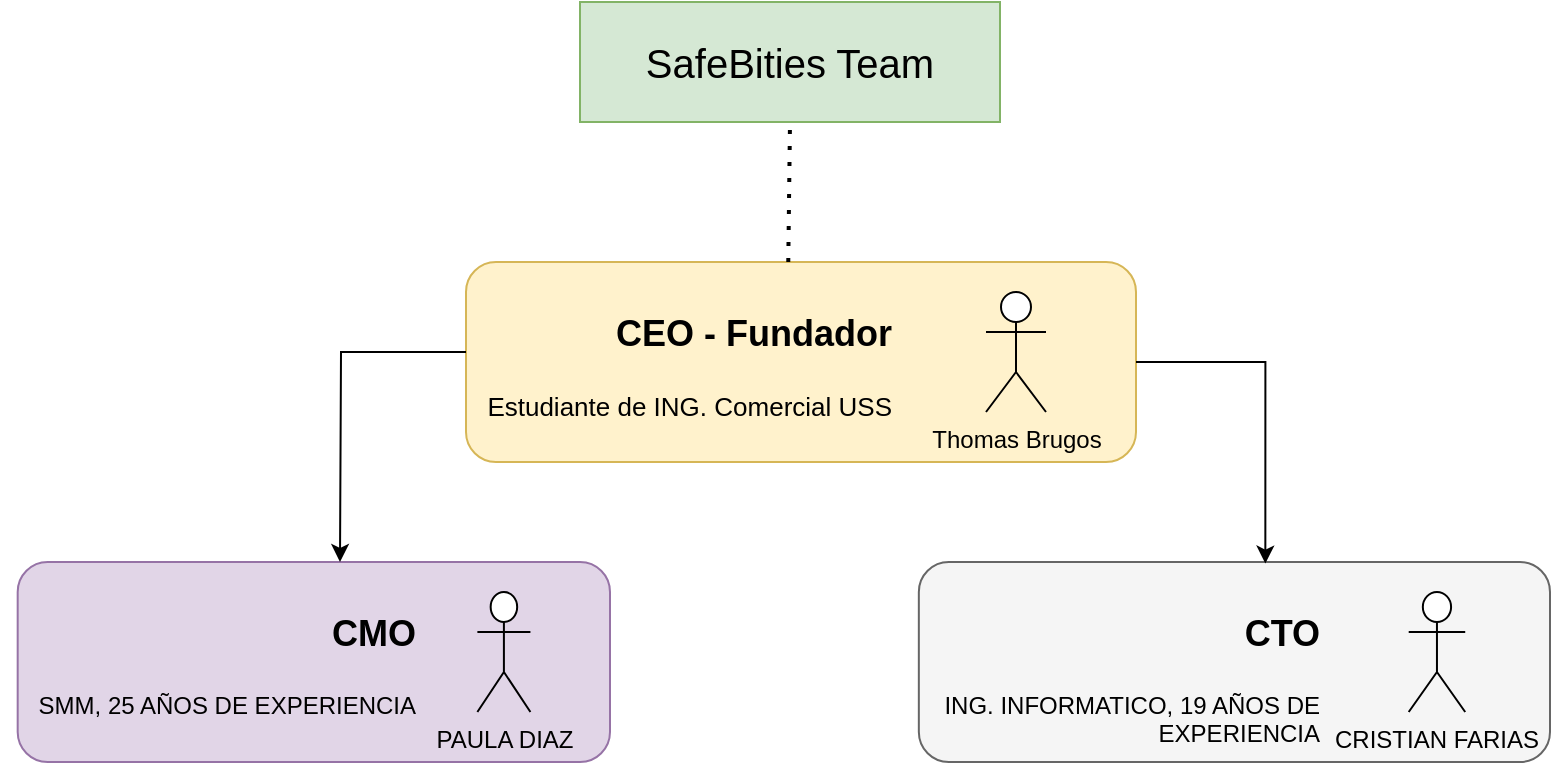
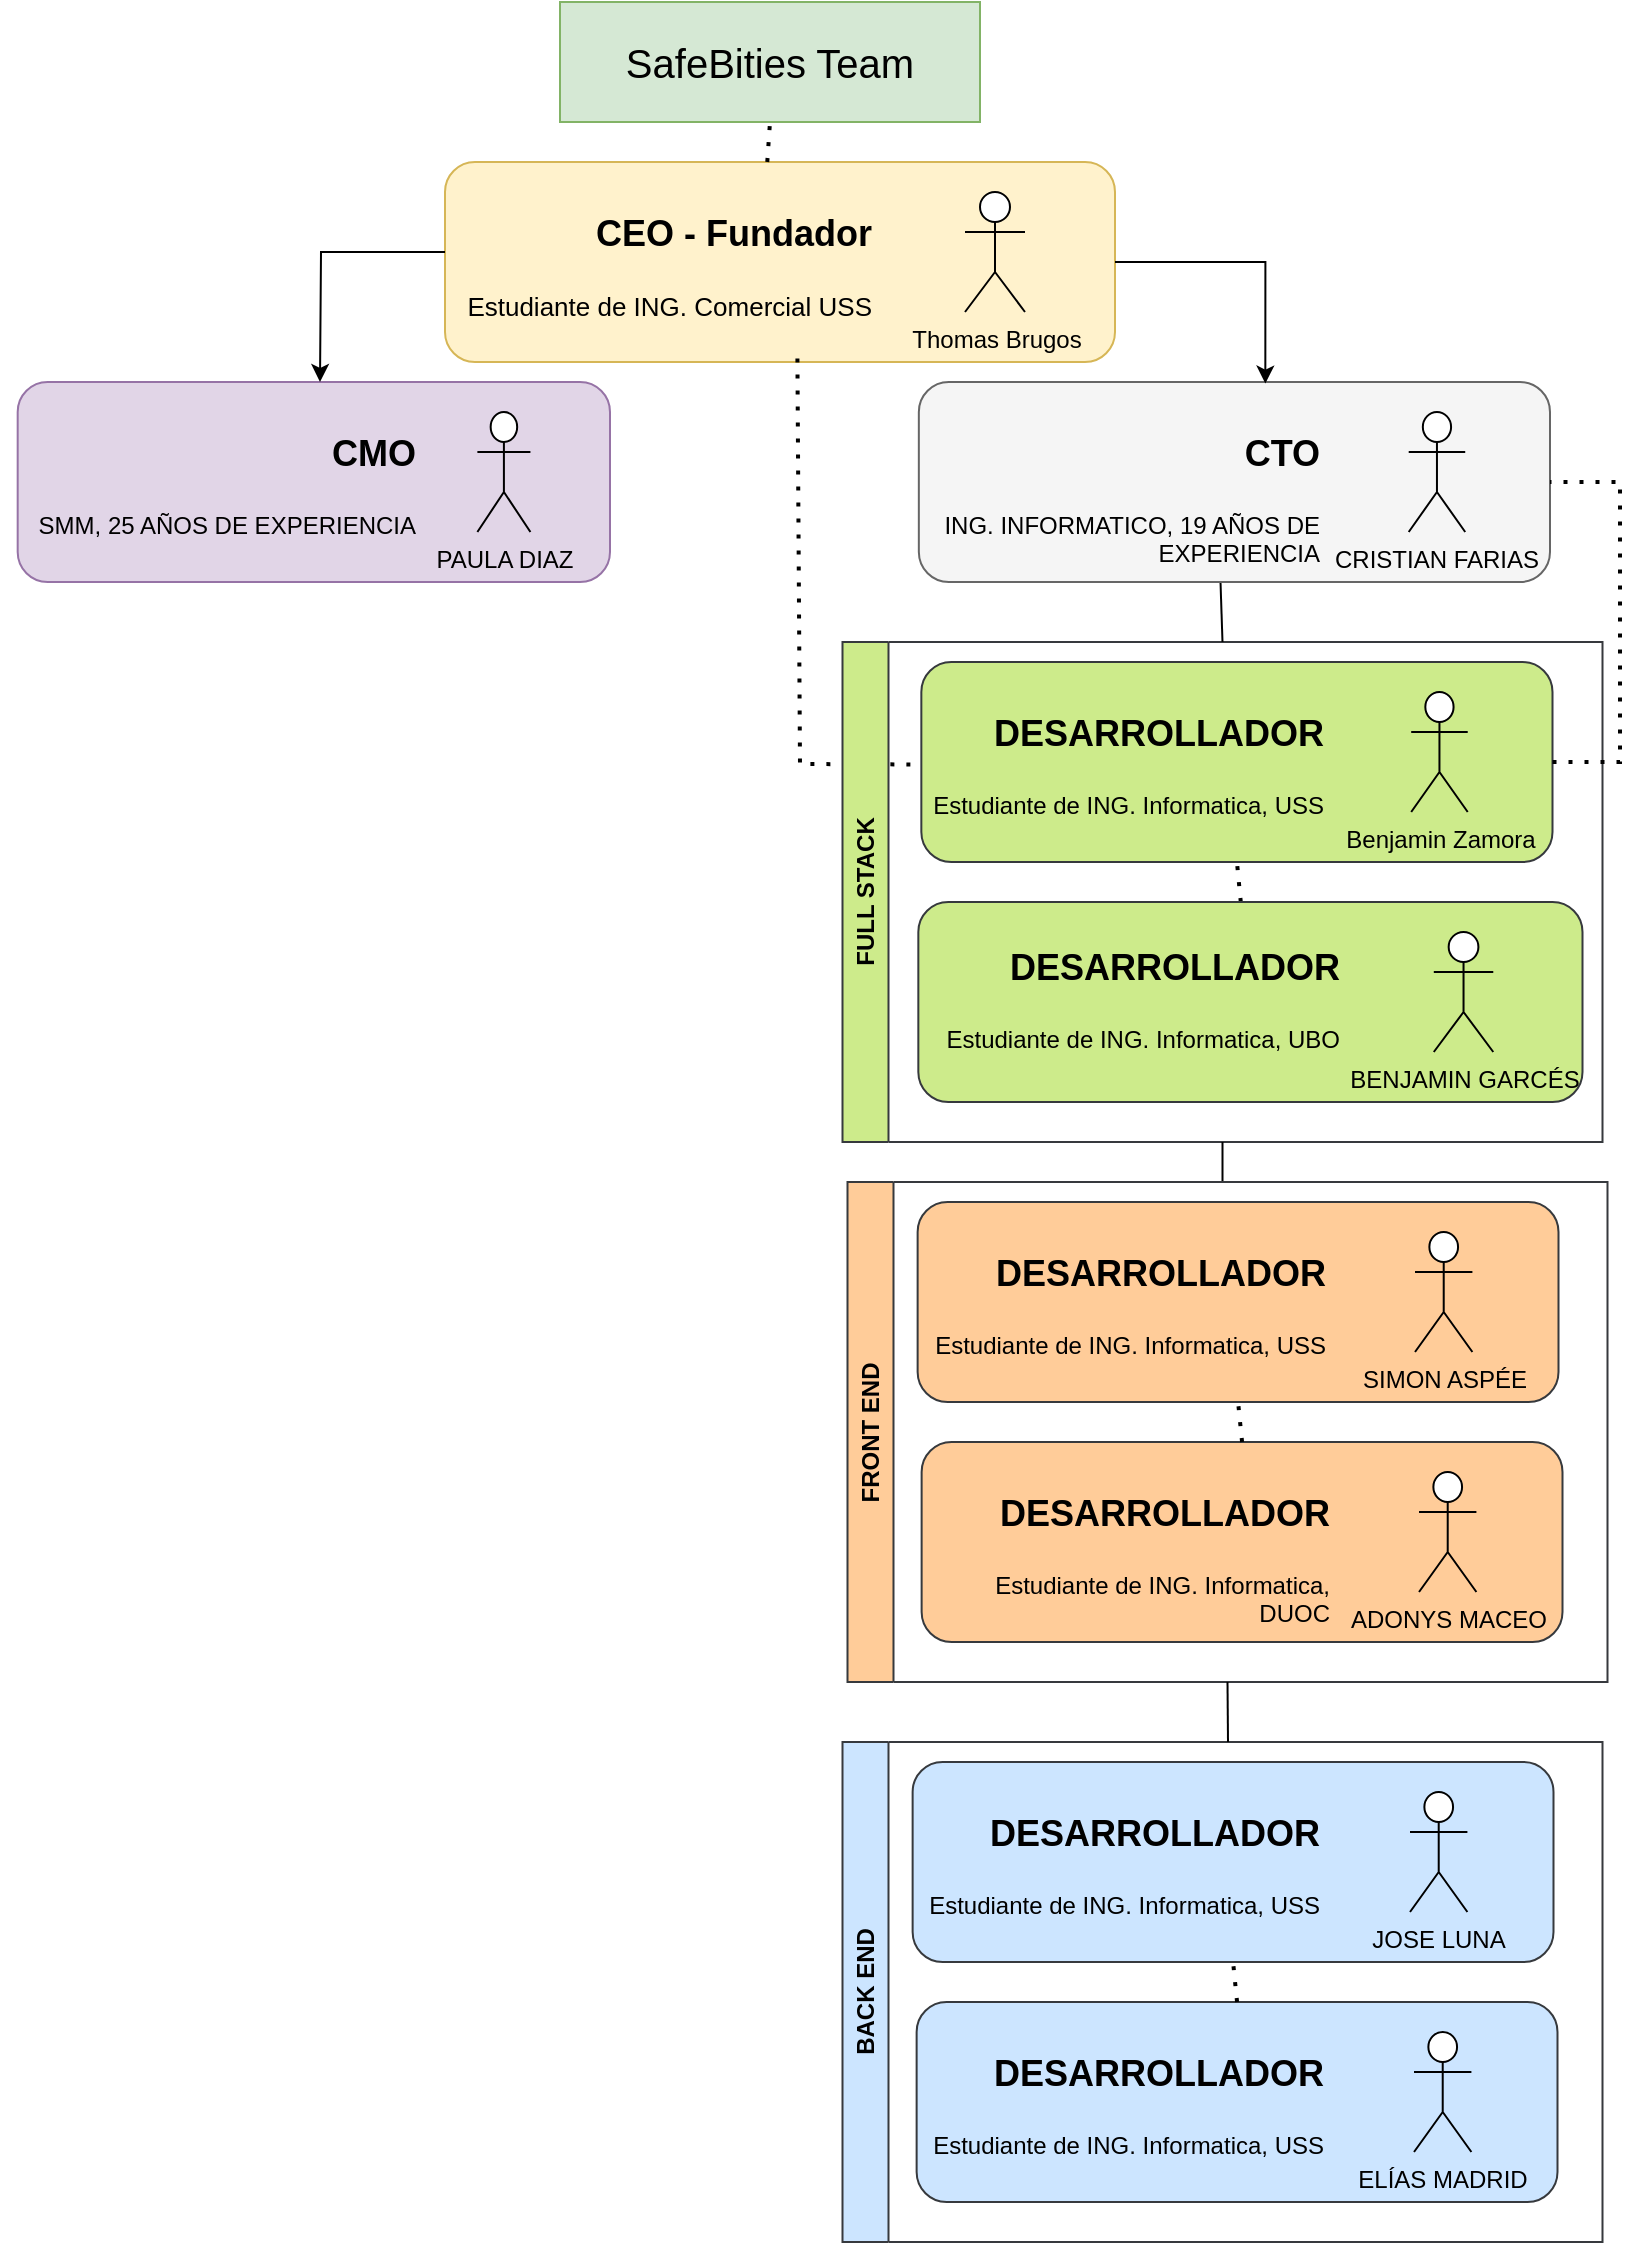
<mxfile host="app.diagrams.net" agent="Mozilla/5.0 (Windows NT 10.0; Win64; x64; rv:136.0) Gecko/20100101 Firefox/136.0" version="26.1.1">
  <diagram name="Page-1" id="2YBvvXClWsGukQMizWep">
-     <mxGraphModel dx="881" dy="616" grid="1" gridSize="10" guides="1" tooltips="1" connect="1" arrows="1" fold="1" page="1" pageScale="1" pageWidth="850" pageHeight="1100" math="0" shadow="0">
+     <mxGraphModel dx="1259" dy="880" grid="1" gridSize="10" guides="1" tooltips="1" connect="1" arrows="1" fold="1" page="1" pageScale="1" pageWidth="850" pageHeight="1100" math="0" shadow="0">
      <root>
        <mxCell id="0" />
        <mxCell id="1" parent="0" />
        <mxCell id="A5JozRjDHFhs0DxVc6Os-2" value="&lt;font style=&quot;font-size: 20px;&quot;&gt;SafeBities Team&lt;/font&gt;" style="rounded=0;whiteSpace=wrap;html=1;fillColor=#d5e8d4;strokeColor=#82b366;" vertex="1" parent="1">
-           <mxGeometry x="320" y="20" width="210" height="60" as="geometry" />
+           <mxGeometry x="745" y="50" width="210" height="60" as="geometry" />
        </mxCell>
        <mxCell id="A5JozRjDHFhs0DxVc6Os-12" value="" style="group" vertex="1" connectable="0" parent="1">
-           <mxGeometry x="253" y="150" width="345" height="100" as="geometry" />
+           <mxGeometry x="677.5" y="130" width="345" height="100" as="geometry" />
        </mxCell>
        <mxCell id="A5JozRjDHFhs0DxVc6Os-11" value="" style="rounded=1;whiteSpace=wrap;html=1;fillColor=#fff2cc;strokeColor=#d6b656;movable=1;resizable=1;rotatable=1;deletable=1;editable=1;locked=0;connectable=1;" vertex="1" parent="A5JozRjDHFhs0DxVc6Os-12">
          <mxGeometry x="10" width="335" height="100" as="geometry" />
        </mxCell>
        <mxCell id="A5JozRjDHFhs0DxVc6Os-8" value="&lt;h1 align=&quot;right&quot; style=&quot;margin-top: 0px;&quot;&gt;&lt;font style=&quot;font-size: 18px;&quot;&gt;CEO - Fundador&lt;/font&gt;&lt;/h1&gt;&lt;p align=&quot;right&quot;&gt;&lt;font style=&quot;font-size: 13px;&quot;&gt;Estudiante de ING. Comercial USS&lt;/font&gt;&lt;/p&gt;" style="text;html=1;whiteSpace=wrap;overflow=hidden;rounded=0;align=right;movable=1;resizable=1;rotatable=1;deletable=1;editable=1;locked=0;connectable=1;" vertex="1" parent="A5JozRjDHFhs0DxVc6Os-12">
          <mxGeometry x="10" y="12.5" width="215" height="65" as="geometry" />
        </mxCell>
        <mxCell id="A5JozRjDHFhs0DxVc6Os-7" value="Thomas Brugos" style="shape=umlActor;verticalLabelPosition=bottom;verticalAlign=top;html=1;outlineConnect=0;movable=1;resizable=1;rotatable=1;deletable=1;editable=1;locked=0;connectable=1;" vertex="1" parent="A5JozRjDHFhs0DxVc6Os-12">
          <mxGeometry x="270" y="15" width="30" height="60" as="geometry" />
        </mxCell>
        <mxCell id="A5JozRjDHFhs0DxVc6Os-13" value="" style="endArrow=none;dashed=1;html=1;dashPattern=1 3;strokeWidth=2;rounded=0;entryX=0.5;entryY=1;entryDx=0;entryDy=0;exitX=0.481;exitY=0;exitDx=0;exitDy=0;exitPerimeter=0;" edge="1" parent="1" source="A5JozRjDHFhs0DxVc6Os-11" target="A5JozRjDHFhs0DxVc6Os-2">
          <mxGeometry width="50" height="50" relative="1" as="geometry">
-             <mxPoint x="435" y="170" as="sourcePoint" />
-             <mxPoint x="470" y="240" as="targetPoint" />
+             <mxPoint x="860" y="200" as="sourcePoint" />
+             <mxPoint x="895" y="270" as="targetPoint" />
          </mxGeometry>
        </mxCell>
        <mxCell id="A5JozRjDHFhs0DxVc6Os-17" value="" style="group" vertex="1" connectable="0" parent="1">
-           <mxGeometry x="30" y="300" width="305" height="100" as="geometry" />
+           <mxGeometry x="465" y="240" width="305" height="100" as="geometry" />
        </mxCell>
        <mxCell id="A5JozRjDHFhs0DxVc6Os-18" value="" style="rounded=1;whiteSpace=wrap;html=1;fillColor=#e1d5e7;strokeColor=#9673a6;movable=1;resizable=1;rotatable=1;deletable=1;editable=1;locked=0;connectable=1;" vertex="1" parent="A5JozRjDHFhs0DxVc6Os-17">
          <mxGeometry x="8.840579710144928" width="296.15942028985506" height="100" as="geometry" />
        </mxCell>
        <mxCell id="A5JozRjDHFhs0DxVc6Os-19" value="&lt;h1 align=&quot;right&quot; style=&quot;margin-top: 0px;&quot;&gt;&lt;font style=&quot;font-size: 18px;&quot;&gt;CMO&lt;/font&gt;&lt;/h1&gt;&lt;p align=&quot;right&quot;&gt;SMM, 25 AÑOS DE EXPERIENCIA&lt;/p&gt;" style="text;html=1;whiteSpace=wrap;overflow=hidden;rounded=0;align=right;movable=1;resizable=1;rotatable=1;deletable=1;editable=1;locked=0;connectable=1;" vertex="1" parent="A5JozRjDHFhs0DxVc6Os-17">
          <mxGeometry x="8.84" y="12.5" width="201.16" height="65" as="geometry" />
        </mxCell>
        <mxCell id="A5JozRjDHFhs0DxVc6Os-20" value="PAULA DIAZ" style="shape=umlActor;verticalLabelPosition=bottom;verticalAlign=top;html=1;outlineConnect=0;movable=1;resizable=1;rotatable=1;deletable=1;editable=1;locked=0;connectable=1;" vertex="1" parent="A5JozRjDHFhs0DxVc6Os-17">
          <mxGeometry x="238.69565217391303" y="15" width="26.52173913043478" height="60" as="geometry" />
        </mxCell>
        <mxCell id="A5JozRjDHFhs0DxVc6Os-21" value="" style="group" vertex="1" connectable="0" parent="1">
-           <mxGeometry x="480" y="300" width="325" height="100" as="geometry" />
+           <mxGeometry x="915" y="240" width="325" height="100" as="geometry" />
        </mxCell>
        <mxCell id="A5JozRjDHFhs0DxVc6Os-22" value="" style="rounded=1;whiteSpace=wrap;html=1;fillColor=#f5f5f5;strokeColor=#666666;movable=1;resizable=1;rotatable=1;deletable=1;editable=1;locked=0;connectable=1;fontColor=#333333;" vertex="1" parent="A5JozRjDHFhs0DxVc6Os-21">
          <mxGeometry x="9.420289855072463" width="315.5797101449275" height="100" as="geometry" />
        </mxCell>
        <mxCell id="A5JozRjDHFhs0DxVc6Os-23" value="&lt;h1 align=&quot;right&quot; style=&quot;margin-top: 0px;&quot;&gt;&lt;font style=&quot;font-size: 18px;&quot;&gt;CTO&lt;/font&gt;&lt;/h1&gt;&lt;p align=&quot;right&quot;&gt;ING. INFORMATICO, 19 AÑOS DE EXPERIENCIA&lt;/p&gt;" style="text;html=1;whiteSpace=wrap;overflow=hidden;rounded=0;align=right;movable=1;resizable=1;rotatable=1;deletable=1;editable=1;locked=0;connectable=1;" vertex="1" parent="A5JozRjDHFhs0DxVc6Os-21">
          <mxGeometry x="9.42" y="12.5" width="202.54" height="77.5" as="geometry" />
        </mxCell>
        <mxCell id="A5JozRjDHFhs0DxVc6Os-24" value="CRISTIAN FARIAS" style="shape=umlActor;verticalLabelPosition=bottom;verticalAlign=top;html=1;outlineConnect=0;movable=1;resizable=1;rotatable=1;deletable=1;editable=1;locked=0;connectable=1;" vertex="1" parent="A5JozRjDHFhs0DxVc6Os-21">
          <mxGeometry x="254.3478260869565" y="15" width="28.26086956521739" height="60" as="geometry" />
        </mxCell>
        <mxCell id="A5JozRjDHFhs0DxVc6Os-28" style="edgeStyle=orthogonalEdgeStyle;rounded=0;orthogonalLoop=1;jettySize=auto;html=1;exitX=0;exitY=0.5;exitDx=0;exitDy=0;" edge="1" parent="1" source="A5JozRjDHFhs0DxVc6Os-8">
          <mxGeometry relative="1" as="geometry">
-             <mxPoint x="200" y="300" as="targetPoint" />
+             <mxPoint x="625" y="240" as="targetPoint" />
          </mxGeometry>
        </mxCell>
        <mxCell id="A5JozRjDHFhs0DxVc6Os-29" style="edgeStyle=orthogonalEdgeStyle;rounded=0;orthogonalLoop=1;jettySize=auto;html=1;exitX=1;exitY=0.5;exitDx=0;exitDy=0;entryX=0.549;entryY=0.008;entryDx=0;entryDy=0;entryPerimeter=0;" edge="1" parent="1" source="A5JozRjDHFhs0DxVc6Os-11" target="A5JozRjDHFhs0DxVc6Os-22">
          <mxGeometry relative="1" as="geometry">
-             <mxPoint x="660" y="290" as="targetPoint" />
+             <mxPoint x="1085" y="320" as="targetPoint" />
+           </mxGeometry>
+         </mxCell>
+         <mxCell id="A5JozRjDHFhs0DxVc6Os-31" value="" style="group" vertex="1" connectable="0" parent="1">
+           <mxGeometry x="916.25" y="380" width="325" height="100" as="geometry" />
+         </mxCell>
+         <mxCell id="A5JozRjDHFhs0DxVc6Os-32" value="" style="rounded=1;whiteSpace=wrap;html=1;movable=1;resizable=1;rotatable=1;deletable=1;editable=1;locked=0;connectable=1;fillColor=#cdeb8b;strokeColor=#36393d;" vertex="1" parent="A5JozRjDHFhs0DxVc6Os-31">
+           <mxGeometry x="9.420289855072463" width="315.5797101449275" height="100" as="geometry" />
+         </mxCell>
+         <mxCell id="A5JozRjDHFhs0DxVc6Os-33" value="&lt;h1 align=&quot;right&quot; style=&quot;margin-top: 0px;&quot;&gt;&lt;font style=&quot;font-size: 18px;&quot;&gt;DESARROLLADOR&lt;/font&gt;&lt;/h1&gt;&lt;p align=&quot;right&quot;&gt;Estudiante de ING. Informatica, USS&lt;/p&gt;" style="text;html=1;whiteSpace=wrap;overflow=hidden;rounded=0;align=right;movable=1;resizable=1;rotatable=1;deletable=1;editable=1;locked=0;connectable=1;" vertex="1" parent="A5JozRjDHFhs0DxVc6Os-31">
+           <mxGeometry x="9.42" y="12.5" width="202.54" height="77.5" as="geometry" />
+         </mxCell>
+         <mxCell id="A5JozRjDHFhs0DxVc6Os-34" value="Benjamin Zamora" style="shape=umlActor;verticalLabelPosition=bottom;verticalAlign=top;html=1;outlineConnect=0;movable=1;resizable=1;rotatable=1;deletable=1;editable=1;locked=0;connectable=1;" vertex="1" parent="A5JozRjDHFhs0DxVc6Os-31">
+           <mxGeometry x="254.3478260869565" y="15" width="28.26086956521739" height="60" as="geometry" />
+         </mxCell>
+         <mxCell id="A5JozRjDHFhs0DxVc6Os-44" value="" style="endArrow=none;dashed=1;html=1;dashPattern=1 3;strokeWidth=2;rounded=0;entryX=0;entryY=0.5;entryDx=0;entryDy=0;exitX=0.526;exitY=0.982;exitDx=0;exitDy=0;exitPerimeter=0;" edge="1" parent="1" source="A5JozRjDHFhs0DxVc6Os-11" target="A5JozRjDHFhs0DxVc6Os-33">
+           <mxGeometry width="50" height="50" relative="1" as="geometry">
+             <mxPoint x="865" y="560" as="sourcePoint" />
+             <mxPoint x="915" y="520" as="targetPoint" />
+             <Array as="points">
+               <mxPoint x="865" y="431" />
+             </Array>
+           </mxGeometry>
+         </mxCell>
+         <mxCell id="A5JozRjDHFhs0DxVc6Os-52" value="" style="endArrow=none;dashed=1;html=1;dashPattern=1 3;strokeWidth=2;rounded=0;entryX=0.5;entryY=1;entryDx=0;entryDy=0;" edge="1" parent="1" source="A5JozRjDHFhs0DxVc6Os-47" target="A5JozRjDHFhs0DxVc6Os-32">
+           <mxGeometry width="50" height="50" relative="1" as="geometry">
+             <mxPoint x="1016.25" y="550" as="sourcePoint" />
+             <mxPoint x="1066.25" y="500" as="targetPoint" />
+           </mxGeometry>
+         </mxCell>
+         <mxCell id="A5JozRjDHFhs0DxVc6Os-53" value="FULL STACK" style="swimlane;horizontal=0;whiteSpace=wrap;html=1;fillColor=#cdeb8b;strokeColor=#36393d;" vertex="1" parent="1">
+           <mxGeometry x="886.25" y="370" width="380" height="250" as="geometry" />
+         </mxCell>
+         <mxCell id="A5JozRjDHFhs0DxVc6Os-46" value="" style="group" vertex="1" connectable="0" parent="A5JozRjDHFhs0DxVc6Os-53">
+           <mxGeometry x="28" y="130" width="342" height="100" as="geometry" />
+         </mxCell>
+         <mxCell id="A5JozRjDHFhs0DxVc6Os-47" value="" style="rounded=1;whiteSpace=wrap;html=1;movable=1;resizable=1;rotatable=1;deletable=1;editable=1;locked=0;connectable=1;fillColor=#cdeb8b;strokeColor=#36393d;" vertex="1" parent="A5JozRjDHFhs0DxVc6Os-46">
+           <mxGeometry x="9.913043478260867" width="332.0869565217391" height="100" as="geometry" />
+         </mxCell>
+         <mxCell id="A5JozRjDHFhs0DxVc6Os-48" value="&lt;h1 align=&quot;right&quot; style=&quot;margin-top: 0px;&quot;&gt;&lt;font style=&quot;font-size: 18px;&quot;&gt;DESARROLLADOR&lt;/font&gt;&lt;/h1&gt;&lt;p align=&quot;right&quot;&gt;Estudiante de ING. Informatica, UBO&lt;/p&gt;" style="text;html=1;whiteSpace=wrap;overflow=hidden;rounded=0;align=right;movable=1;resizable=1;rotatable=1;deletable=1;editable=1;locked=0;connectable=1;" vertex="1" parent="A5JozRjDHFhs0DxVc6Os-46">
+           <mxGeometry x="9.91" y="10" width="213.13" height="80" as="geometry" />
+         </mxCell>
+         <mxCell id="A5JozRjDHFhs0DxVc6Os-49" value="BENJAMIN GARCÉS" style="shape=umlActor;verticalLabelPosition=bottom;verticalAlign=top;html=1;outlineConnect=0;movable=1;resizable=1;rotatable=1;deletable=1;editable=1;locked=0;connectable=1;" vertex="1" parent="A5JozRjDHFhs0DxVc6Os-46">
+           <mxGeometry x="267.6521739130434" y="15" width="29.739130434782606" height="60" as="geometry" />
+         </mxCell>
+         <mxCell id="A5JozRjDHFhs0DxVc6Os-55" value="" style="endArrow=none;html=1;rounded=0;entryX=0.478;entryY=1.005;entryDx=0;entryDy=0;exitX=0.5;exitY=0;exitDx=0;exitDy=0;entryPerimeter=0;" edge="1" parent="1" source="A5JozRjDHFhs0DxVc6Os-53" target="A5JozRjDHFhs0DxVc6Os-22">
+           <mxGeometry width="50" height="50" relative="1" as="geometry">
+             <mxPoint x="1072" y="450" as="sourcePoint" />
+             <mxPoint x="1335" y="10.434782608695627" as="targetPoint" />
+           </mxGeometry>
+         </mxCell>
+         <mxCell id="A5JozRjDHFhs0DxVc6Os-57" value="" style="endArrow=none;dashed=1;html=1;dashPattern=1 3;strokeWidth=2;rounded=0;exitX=1;exitY=0.5;exitDx=0;exitDy=0;entryX=1;entryY=0.5;entryDx=0;entryDy=0;" edge="1" parent="1" source="A5JozRjDHFhs0DxVc6Os-32" target="A5JozRjDHFhs0DxVc6Os-22">
+           <mxGeometry width="50" height="50" relative="1" as="geometry">
+             <mxPoint x="965" y="550" as="sourcePoint" />
+             <mxPoint x="1015" y="500" as="targetPoint" />
+             <Array as="points">
+               <mxPoint x="1275" y="430" />
+               <mxPoint x="1275" y="290" />
+             </Array>
+           </mxGeometry>
+         </mxCell>
+         <mxCell id="A5JozRjDHFhs0DxVc6Os-59" value="" style="endArrow=none;html=1;rounded=0;entryX=0.5;entryY=1;entryDx=0;entryDy=0;" edge="1" parent="1" target="A5JozRjDHFhs0DxVc6Os-53">
+           <mxGeometry width="50" height="50" relative="1" as="geometry">
+             <mxPoint x="1076.25" y="640" as="sourcePoint" />
+             <mxPoint x="1084.25" y="660" as="targetPoint" />
+           </mxGeometry>
+         </mxCell>
+         <mxCell id="A5JozRjDHFhs0DxVc6Os-68" value="FRONT END" style="swimlane;horizontal=0;whiteSpace=wrap;html=1;fillColor=#ffcc99;strokeColor=#36393d;" vertex="1" parent="1">
+           <mxGeometry x="888.75" y="640" width="380" height="250" as="geometry" />
+         </mxCell>
+         <mxCell id="A5JozRjDHFhs0DxVc6Os-60" value="" style="group" vertex="1" connectable="0" parent="A5JozRjDHFhs0DxVc6Os-68">
+           <mxGeometry x="25.5" y="10" width="330" height="100" as="geometry" />
+         </mxCell>
+         <mxCell id="A5JozRjDHFhs0DxVc6Os-61" value="" style="rounded=1;whiteSpace=wrap;html=1;movable=1;resizable=1;rotatable=1;deletable=1;editable=1;locked=0;connectable=1;fillColor=#ffcc99;strokeColor=#36393d;" vertex="1" parent="A5JozRjDHFhs0DxVc6Os-60">
+           <mxGeometry x="9.565217391304346" width="320.4347826086956" height="100" as="geometry" />
+         </mxCell>
+         <mxCell id="A5JozRjDHFhs0DxVc6Os-62" value="&lt;h1 align=&quot;right&quot; style=&quot;margin-top: 0px;&quot;&gt;&lt;font style=&quot;font-size: 18px;&quot;&gt;DESARROLLADOR&lt;/font&gt;&lt;/h1&gt;&lt;p align=&quot;right&quot;&gt;Estudiante de ING. Informatica, USS&lt;/p&gt;" style="text;html=1;whiteSpace=wrap;overflow=hidden;rounded=0;align=right;movable=1;resizable=1;rotatable=1;deletable=1;editable=1;locked=0;connectable=1;" vertex="1" parent="A5JozRjDHFhs0DxVc6Os-60">
+           <mxGeometry x="9.564923076923076" y="12.5" width="205.65599999999998" height="77.5" as="geometry" />
+         </mxCell>
+         <mxCell id="A5JozRjDHFhs0DxVc6Os-63" value="SIMON ASPÉE" style="shape=umlActor;verticalLabelPosition=bottom;verticalAlign=top;html=1;outlineConnect=0;movable=1;resizable=1;rotatable=1;deletable=1;editable=1;locked=0;connectable=1;" vertex="1" parent="A5JozRjDHFhs0DxVc6Os-60">
+           <mxGeometry x="258.2608695652173" y="15" width="28.69565217391304" height="60" as="geometry" />
+         </mxCell>
+         <mxCell id="A5JozRjDHFhs0DxVc6Os-64" value="" style="group" vertex="1" connectable="0" parent="A5JozRjDHFhs0DxVc6Os-68">
+           <mxGeometry x="27.5" y="130" width="330" height="100" as="geometry" />
+         </mxCell>
+         <mxCell id="A5JozRjDHFhs0DxVc6Os-65" value="" style="rounded=1;whiteSpace=wrap;html=1;movable=1;resizable=1;rotatable=1;deletable=1;editable=1;locked=0;connectable=1;fillColor=#ffcc99;strokeColor=#36393d;" vertex="1" parent="A5JozRjDHFhs0DxVc6Os-64">
+           <mxGeometry x="9.565217391304346" width="320.4347826086956" height="100" as="geometry" />
+         </mxCell>
+         <mxCell id="A5JozRjDHFhs0DxVc6Os-66" value="&lt;h1 align=&quot;right&quot; style=&quot;margin-top: 0px;&quot;&gt;&lt;font style=&quot;font-size: 18px;&quot;&gt;DESARROLLADOR&lt;/font&gt;&lt;/h1&gt;&lt;p align=&quot;right&quot;&gt;Estudiante de ING. Informatica, DUOC&lt;/p&gt;" style="text;html=1;whiteSpace=wrap;overflow=hidden;rounded=0;align=right;movable=1;resizable=1;rotatable=1;deletable=1;editable=1;locked=0;connectable=1;" vertex="1" parent="A5JozRjDHFhs0DxVc6Os-64">
+           <mxGeometry x="9.564923076923076" y="12.5" width="205.65599999999998" height="77.5" as="geometry" />
+         </mxCell>
+         <mxCell id="A5JozRjDHFhs0DxVc6Os-67" value="ADONYS MACEO" style="shape=umlActor;verticalLabelPosition=bottom;verticalAlign=top;html=1;outlineConnect=0;movable=1;resizable=1;rotatable=1;deletable=1;editable=1;locked=0;connectable=1;" vertex="1" parent="A5JozRjDHFhs0DxVc6Os-64">
+           <mxGeometry x="258.2608695652173" y="15" width="28.69565217391304" height="60" as="geometry" />
+         </mxCell>
+         <mxCell id="A5JozRjDHFhs0DxVc6Os-83" value="" style="endArrow=none;dashed=1;html=1;dashPattern=1 3;strokeWidth=2;rounded=0;entryX=0.5;entryY=1;entryDx=0;entryDy=0;exitX=0.5;exitY=0;exitDx=0;exitDy=0;" edge="1" parent="A5JozRjDHFhs0DxVc6Os-68" source="A5JozRjDHFhs0DxVc6Os-65" target="A5JozRjDHFhs0DxVc6Os-61">
+           <mxGeometry width="50" height="50" relative="1" as="geometry">
+             <mxPoint x="181.25" y="180" as="sourcePoint" />
+             <mxPoint x="231.25" y="130" as="targetPoint" />
+           </mxGeometry>
+         </mxCell>
+         <mxCell id="A5JozRjDHFhs0DxVc6Os-73" value="BACK END" style="swimlane;horizontal=0;whiteSpace=wrap;html=1;fillColor=#cce5ff;strokeColor=#36393d;" vertex="1" parent="1">
+           <mxGeometry x="886.25" y="920" width="380" height="250" as="geometry" />
+         </mxCell>
+         <mxCell id="A5JozRjDHFhs0DxVc6Os-74" value="" style="group" vertex="1" connectable="0" parent="A5JozRjDHFhs0DxVc6Os-73">
+           <mxGeometry x="25.5" y="10" width="330" height="100" as="geometry" />
+         </mxCell>
+         <mxCell id="A5JozRjDHFhs0DxVc6Os-75" value="" style="rounded=1;whiteSpace=wrap;html=1;movable=1;resizable=1;rotatable=1;deletable=1;editable=1;locked=0;connectable=1;fillColor=#cce5ff;strokeColor=#36393d;" vertex="1" parent="A5JozRjDHFhs0DxVc6Os-74">
+           <mxGeometry x="9.565217391304346" width="320.4347826086956" height="100" as="geometry" />
+         </mxCell>
+         <mxCell id="A5JozRjDHFhs0DxVc6Os-76" value="&lt;h1 align=&quot;right&quot; style=&quot;margin-top: 0px;&quot;&gt;&lt;font style=&quot;font-size: 18px;&quot;&gt;DESARROLLADOR&lt;/font&gt;&lt;/h1&gt;&lt;p align=&quot;right&quot;&gt;Estudiante de ING. Informatica, USS&lt;/p&gt;" style="text;html=1;whiteSpace=wrap;overflow=hidden;rounded=0;align=right;movable=1;resizable=1;rotatable=1;deletable=1;editable=1;locked=0;connectable=1;" vertex="1" parent="A5JozRjDHFhs0DxVc6Os-74">
+           <mxGeometry x="9.564923076923076" y="12.5" width="205.65599999999998" height="77.5" as="geometry" />
+         </mxCell>
+         <mxCell id="A5JozRjDHFhs0DxVc6Os-77" value="JOSE LUNA" style="shape=umlActor;verticalLabelPosition=bottom;verticalAlign=top;html=1;outlineConnect=0;movable=1;resizable=1;rotatable=1;deletable=1;editable=1;locked=0;connectable=1;" vertex="1" parent="A5JozRjDHFhs0DxVc6Os-74">
+           <mxGeometry x="258.2608695652173" y="15" width="28.69565217391304" height="60" as="geometry" />
+         </mxCell>
+         <mxCell id="A5JozRjDHFhs0DxVc6Os-78" value="" style="group" vertex="1" connectable="0" parent="A5JozRjDHFhs0DxVc6Os-73">
+           <mxGeometry x="27.5" y="130" width="330" height="100" as="geometry" />
+         </mxCell>
+         <mxCell id="A5JozRjDHFhs0DxVc6Os-79" value="" style="rounded=1;whiteSpace=wrap;html=1;movable=1;resizable=1;rotatable=1;deletable=1;editable=1;locked=0;connectable=1;fillColor=#cce5ff;strokeColor=#36393d;" vertex="1" parent="A5JozRjDHFhs0DxVc6Os-78">
+           <mxGeometry x="9.565217391304346" width="320.4347826086956" height="100" as="geometry" />
+         </mxCell>
+         <mxCell id="A5JozRjDHFhs0DxVc6Os-80" value="&lt;h1 align=&quot;right&quot; style=&quot;margin-top: 0px;&quot;&gt;&lt;font style=&quot;font-size: 18px;&quot;&gt;DESARROLLADOR&lt;/font&gt;&lt;/h1&gt;&lt;p align=&quot;right&quot;&gt;Estudiante de ING. Informatica, USS&lt;/p&gt;" style="text;html=1;whiteSpace=wrap;overflow=hidden;rounded=0;align=right;movable=1;resizable=1;rotatable=1;deletable=1;editable=1;locked=0;connectable=1;" vertex="1" parent="A5JozRjDHFhs0DxVc6Os-78">
+           <mxGeometry x="9.564923076923076" y="12.5" width="205.65599999999998" height="77.5" as="geometry" />
+         </mxCell>
+         <mxCell id="A5JozRjDHFhs0DxVc6Os-81" value="ELÍAS MADRID" style="shape=umlActor;verticalLabelPosition=bottom;verticalAlign=top;html=1;outlineConnect=0;movable=1;resizable=1;rotatable=1;deletable=1;editable=1;locked=0;connectable=1;" vertex="1" parent="A5JozRjDHFhs0DxVc6Os-78">
+           <mxGeometry x="258.2608695652173" y="15" width="28.69565217391304" height="60" as="geometry" />
+         </mxCell>
+         <mxCell id="A5JozRjDHFhs0DxVc6Os-85" value="" style="endArrow=none;dashed=1;html=1;dashPattern=1 3;strokeWidth=2;rounded=0;entryX=0.5;entryY=1;entryDx=0;entryDy=0;exitX=0.5;exitY=0;exitDx=0;exitDy=0;" edge="1" parent="A5JozRjDHFhs0DxVc6Os-73" source="A5JozRjDHFhs0DxVc6Os-79" target="A5JozRjDHFhs0DxVc6Os-75">
+           <mxGeometry width="50" height="50" relative="1" as="geometry">
+             <mxPoint x="183.75" y="30" as="sourcePoint" />
+             <mxPoint x="233.75" y="-20" as="targetPoint" />
+           </mxGeometry>
+         </mxCell>
+         <mxCell id="A5JozRjDHFhs0DxVc6Os-82" value="" style="endArrow=none;html=1;rounded=0;entryX=0.5;entryY=1;entryDx=0;entryDy=0;" edge="1" parent="1" target="A5JozRjDHFhs0DxVc6Os-68">
+           <mxGeometry width="50" height="50" relative="1" as="geometry">
+             <mxPoint x="1079" y="920" as="sourcePoint" />
+             <mxPoint x="990" y="810" as="targetPoint" />
          </mxGeometry>
        </mxCell>
      </root>
    </mxGraphModel>
  </diagram>
</mxfile>
